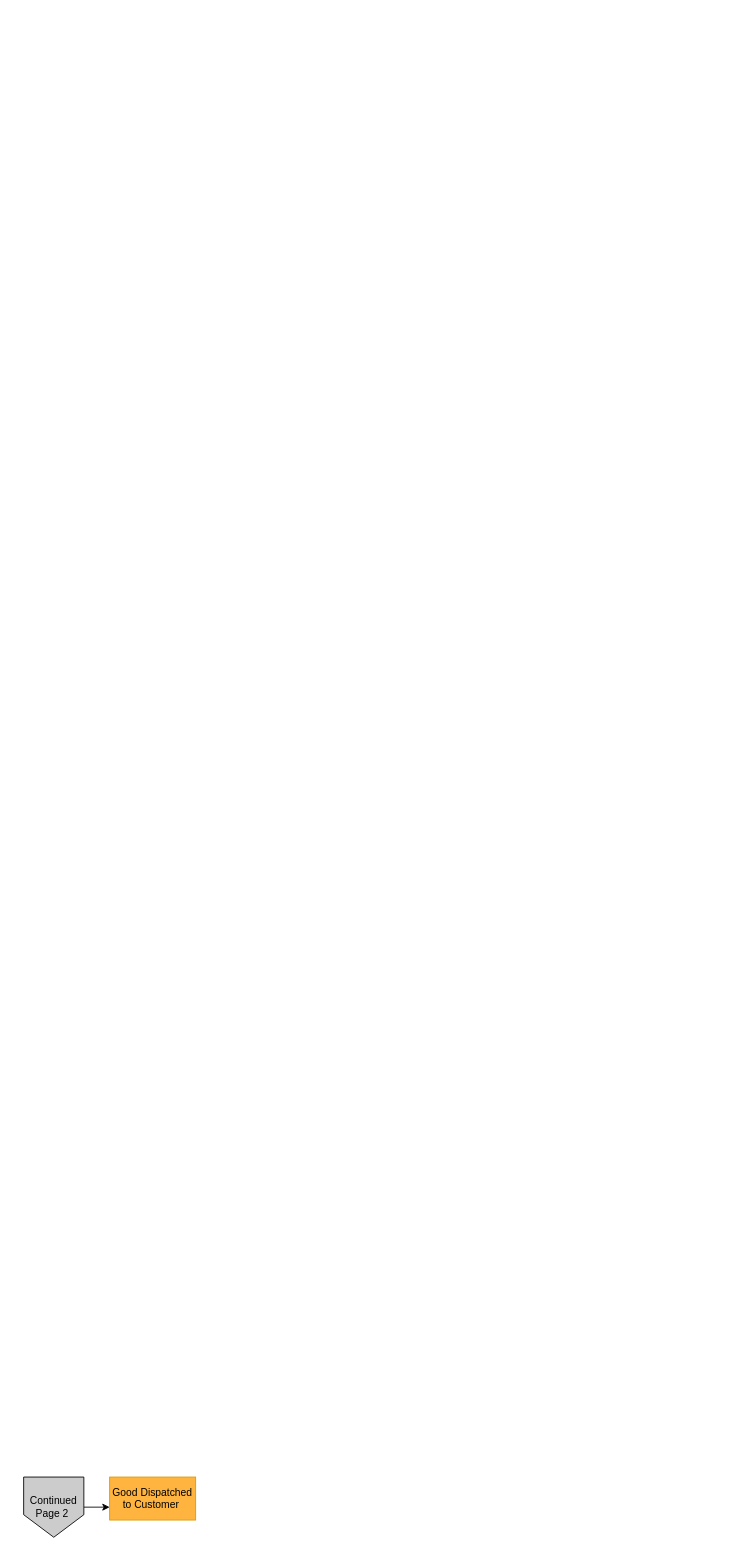
Diana-r26/drawio keeps this draw.io diagram as page "Page 2" (2 of 2) of Revenue_Cycle_Controls.drawio. Above is the earlier version. Source tidied: cells renumbered, new cells numbered last; positions are measured from the earlier drawing's top-left corner, leaving out a move shared by most shapes. Both pictures are drawn from the tidied source at 86%, with x=0, y=0 at pixel (23, 1477).
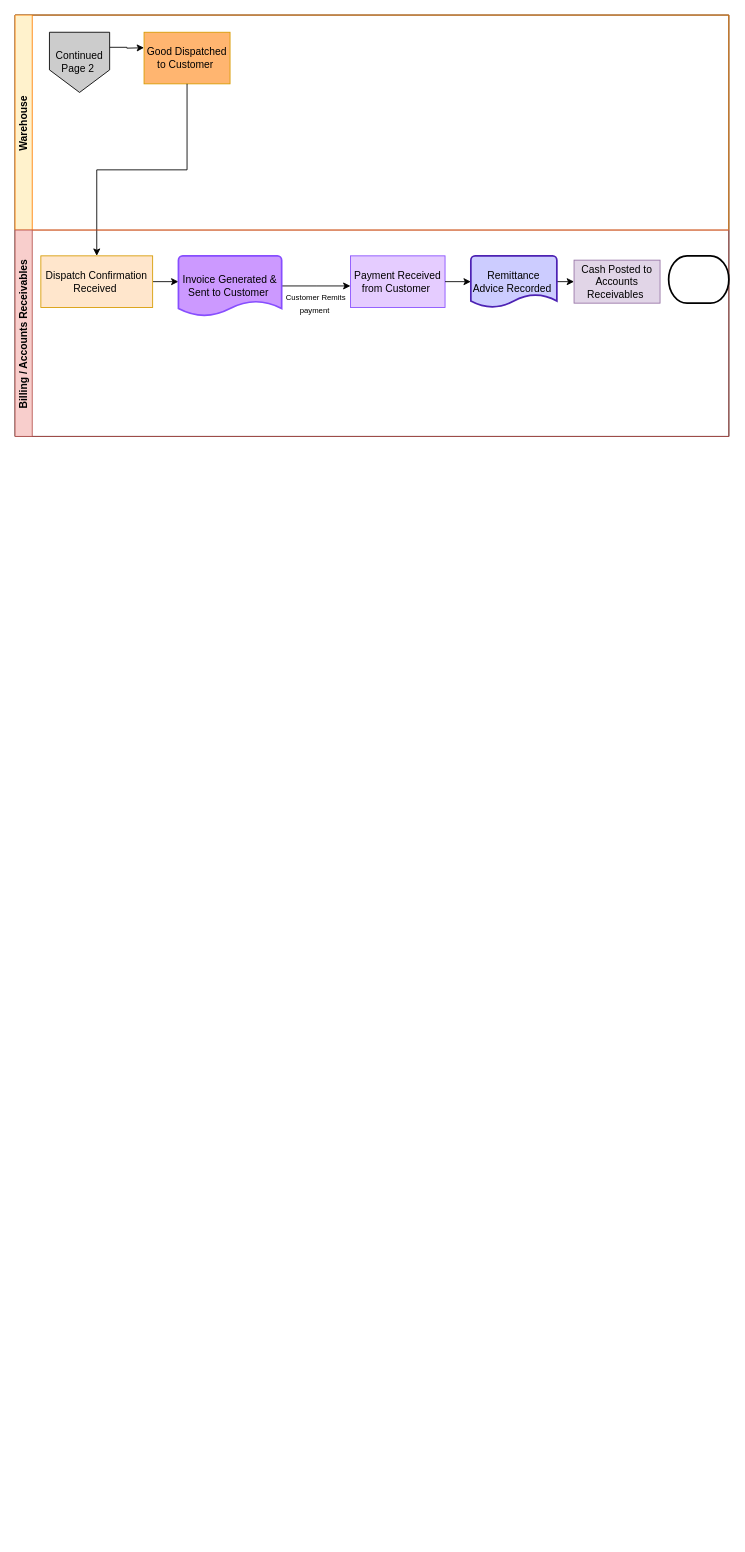
The same diagram, later.

Change to the diagram source:
```diff
@@
-    <mxCell id="2" style="edgeStyle=orthogonalEdgeStyle;rounded=0;jettySize=auto;html=1;" parent="1" edge="1" source="3" target="4">
-      <mxGeometry relative="1" as="geometry">
-        <Array as="points">
-          <mxPoint x="100" y="45" />
-          <mxPoint x="100" y="45" />
-        </Array>
-      </mxGeometry>
-    </mxCell>
+    <mxCell id="5" style="swimlane;horizontal=1;startSize=0;html=1;fillColor=#FFCE9F;" parent="1" vertex="1">
+      <mxGeometry x="-10" y="-1700" width="830" height="490" as="geometry" />
+    </mxCell>
+    <mxCell id="6" value="Warehouse&amp;nbsp;" style="swimlane;startSize=20;horizontal=0;html=1;fillColor=#FFF2CC;strokeColor=#FF8000;" parent="5" vertex="1">
+      <mxGeometry width="830" height="250" as="geometry" />
+    </mxCell>
+    <mxCell id="7" style="edgeStyle=orthogonalEdgeStyle;rounded=0;jettySize=auto;html=1;exitX=1;exitY=0.25;exitDx=0;exitDy=0;" parent="6" edge="1" source="3">
+      <mxGeometry relative="1" as="geometry">
+        <mxPoint x="150" y="38" as="targetPoint" />
+      </mxGeometry>
+    </mxCell>
-    <mxCell id="3" value="Continued Page 2&amp;nbsp;" style="shape=offPageConnector;whiteSpace=wrap;html=1;fillColor=#CCCCCC;" parent="1" vertex="1">
-      <mxGeometry width="70" height="70" as="geometry" />
+    <mxCell id="3" value="Continued Page 2&amp;nbsp;" style="shape=offPageConnector;whiteSpace=wrap;html=1;fillColor=#CCCCCC;" parent="6" vertex="1">
+      <mxGeometry x="40" y="20" width="70" height="70" as="geometry" />
     </mxCell>
-    <mxCell id="4" value="Good Dispatched to Customer&amp;nbsp;" style="html=1;dashed=0;whiteSpace=wrap;fillColor=light-dark(#ffb43f, #36210a);strokeColor=#d79b00;" parent="1" vertex="1">
-      <mxGeometry x="100" width="100" height="50" as="geometry" />
+    <mxCell id="4" value="Good Dispatched to Customer&amp;nbsp;" style="html=1;dashed=0;whiteSpace=wrap;fillColor=light-dark(#FFB570,#36210A);strokeColor=#d79b00;" parent="6" vertex="1">
+      <mxGeometry x="150" y="20" width="100" height="60" as="geometry" />
     </mxCell>
+    <mxCell id="8" style="edgeStyle=orthogonalEdgeStyle;rounded=0;jettySize=auto;html=1;exitX=0.5;exitY=1;exitDx=0;exitDy=0;entryX=0.5;entryY=0;entryDx=0;entryDy=0;" parent="5" edge="1" source="4" target="11">
+      <mxGeometry relative="1" as="geometry" />
+    </mxCell>
+    <mxCell id="9" value="Billing / Accounts Receivables&amp;nbsp;" style="swimlane;startSize=20;horizontal=0;html=1;fillColor=#F8CECC;strokeColor=#B85450;" parent="5" vertex="1">
+      <mxGeometry y="250" width="830" height="240" as="geometry" />
+    </mxCell>
+    <mxCell id="10" style="edgeStyle=orthogonalEdgeStyle;rounded=0;jettySize=auto;html=1;exitX=1;exitY=0.5;exitDx=0;exitDy=0;" parent="9" edge="1" source="11">
+      <mxGeometry relative="1" as="geometry">
+        <mxPoint x="190" y="60.3" as="targetPoint" />
+      </mxGeometry>
+    </mxCell>
+    <mxCell id="11" value="Dispatch Confirmation Received&amp;nbsp;" style="html=1;dashed=0;whiteSpace=wrap;fillColor=#ffe6cc;strokeColor=#d79b00;" parent="9" vertex="1">
+      <mxGeometry x="30" y="30" width="130" height="60" as="geometry" />
+    </mxCell>
+    <mxCell id="12" style="edgeStyle=orthogonalEdgeStyle;rounded=0;jettySize=auto;html=1;exitX=1;exitY=0.5;exitDx=0;exitDy=0;exitPerimeter=0;" parent="9" edge="1" source="13">
+      <mxGeometry relative="1" as="geometry">
+        <mxPoint x="390" y="65" as="targetPoint" />
+      </mxGeometry>
+    </mxCell>
+    <mxCell id="13" value="Invoice Generated &amp;amp; Sent to Customer&amp;nbsp;" style="strokeWidth=2;html=1;shape=mxgraph.flowchart.document2;whiteSpace=wrap;size=0.25;fillColor=#CC99FF;strokeColor=light-dark(#874efe, #ededed);" parent="9" vertex="1">
+      <mxGeometry x="190" y="30" width="120" height="70" as="geometry" />
+    </mxCell>
+    <mxCell id="14" value="Payment Received from Customer&amp;nbsp;" style="html=1;dashed=0;whiteSpace=wrap;fillColor=#E5CCFF;strokeColor=light-dark(#874efe, #ededed);" parent="9" vertex="1">
+      <mxGeometry x="390" y="30" width="110" height="60" as="geometry" />
+    </mxCell>
+    <mxCell id="15" value="&lt;font style=&quot;font-size: 9px;&quot;&gt;Customer Remits payment&amp;nbsp;&lt;/font&gt;" style="text;html=1;whiteSpace=wrap;strokeColor=none;fillColor=none;align=center;verticalAlign=middle;rounded=0;" parent="9" vertex="1">
+      <mxGeometry x="300" y="70" width="100" height="30" as="geometry" />
+    </mxCell>
+    <mxCell id="16" style="edgeStyle=orthogonalEdgeStyle;rounded=0;jettySize=auto;html=1;exitX=1;exitY=0.5;exitDx=0;exitDy=0;exitPerimeter=0;" parent="9" edge="1" source="17">
+      <mxGeometry relative="1" as="geometry">
+        <mxPoint x="650" y="60" as="targetPoint" />
+        <Array as="points">
+          <mxPoint x="650" y="60" />
+          <mxPoint x="650" y="60" />
+        </Array>
+      </mxGeometry>
+    </mxCell>
+    <mxCell id="17" value="Remittance Advice Recorded&amp;nbsp;" style="strokeWidth=2;html=1;shape=mxgraph.flowchart.document2;whiteSpace=wrap;size=0.25;fillColor=light-dark(#CCCCFF,#EDEDED);strokeColor=light-dark(#4d22b3, #ededed);" parent="9" vertex="1">
+      <mxGeometry x="530" y="30" width="100" height="60" as="geometry" />
+    </mxCell>
+    <mxCell id="18" style="edgeStyle=orthogonalEdgeStyle;rounded=0;jettySize=auto;html=1;exitX=1;exitY=0.5;exitDx=0;exitDy=0;" parent="9" edge="1" source="14">
+      <mxGeometry relative="1" as="geometry">
+        <mxPoint x="530" y="60" as="targetPoint" />
+        <Array as="points">
+          <mxPoint x="530" y="60" />
+          <mxPoint x="530" y="60" />
+        </Array>
+      </mxGeometry>
+    </mxCell>
+    <mxCell id="19" value="Cash Posted to Accounts Receivables&amp;nbsp;" style="html=1;dashed=0;whiteSpace=wrap;fillColor=#e1d5e7;strokeColor=#9673a6;" parent="9" vertex="1">
+      <mxGeometry x="650" y="35" width="100" height="50" as="geometry" />
+    </mxCell>
+    <mxCell id="20" style="edgeStyle=orthogonalEdgeStyle;rounded=0;orthogonalLoop=1;jettySize=auto;html=1;exitX=0.5;exitY=1;exitDx=0;exitDy=0;" parent="9" edge="1" source="19" target="19">
+      <mxGeometry relative="1" as="geometry" />
+    </mxCell>
+    <mxCell id="21" style="strokeWidth=2;html=1;shape=mxgraph.flowchart.terminator;whiteSpace=wrap;" parent="9" vertex="1">
+      <mxGeometry x="760" y="30" width="70" height="55" as="geometry" />
+    </mxCell>
```
